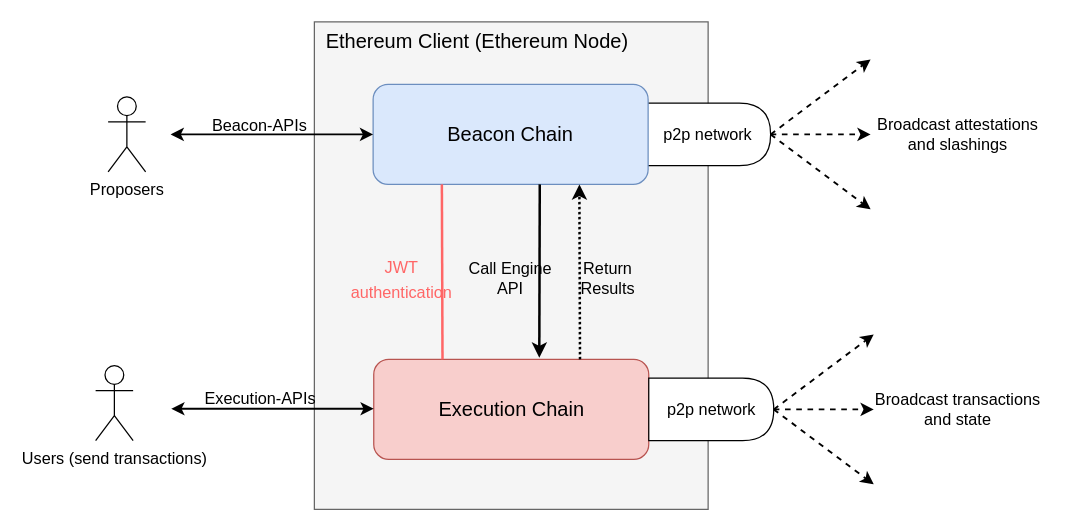
Before: ethereum-research/consensus/Engine API.drawio in 0xyicheng/a-research-diagram, a draw.io diagram. Source tidied: cells renumbered, new cells numbered last; positions are measured from the earlier drawing's top-left corner, leaving out a move shared by most shapes. Both pictures are drawn from the tidied source at 125%, with x=0, y=0 at pixel (95, 21).
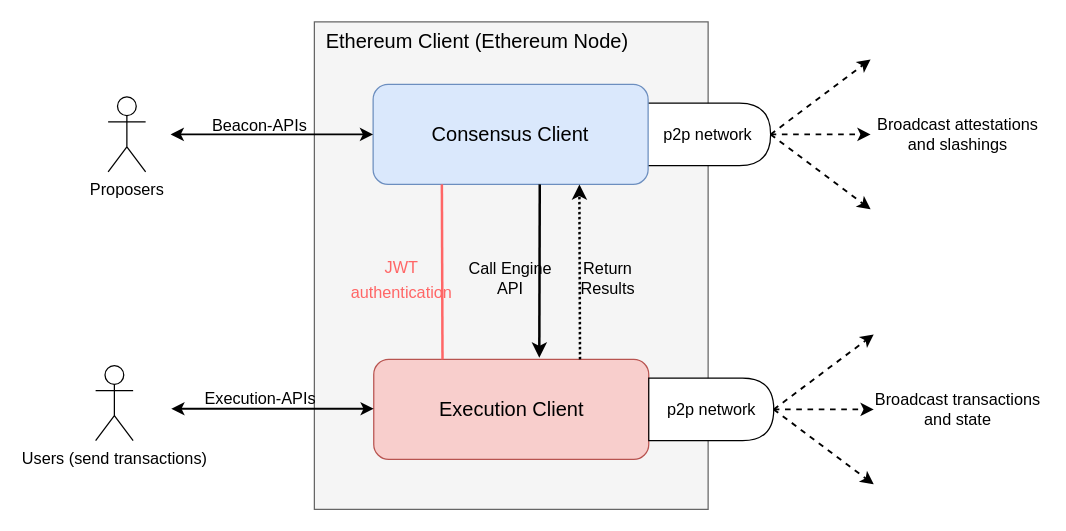
After the change.

What changed in the source:
```diff
@@
-    <mxCell id="4" value="&lt;font style=&quot;font-size: 16px;&quot;&gt;Beacon Chain&lt;/font&gt;" style="rounded=1;whiteSpace=wrap;html=1;fillColor=#dae8fc;strokeColor=#6c8ebf;" parent="1" vertex="1">
+    <mxCell id="4" value="&lt;font style=&quot;font-size: 16px&quot;&gt;Consensus Client&lt;/font&gt;" style="rounded=1;whiteSpace=wrap;html=1;fillColor=#dae8fc;strokeColor=#6c8ebf;" parent="1" vertex="1">
       <mxGeometry x="222" y="50" width="220" height="80" as="geometry" />
     </mxCell>
-    <mxCell id="5" value="&lt;font style=&quot;font-size: 16px;&quot;&gt;Execution Chain&lt;/font&gt;" style="rounded=1;whiteSpace=wrap;html=1;fillColor=#f8cecc;strokeColor=#b85450;" parent="1" vertex="1">
+    <mxCell id="5" value="&lt;font style=&quot;font-size: 16px&quot;&gt;Execution Client&lt;/font&gt;" style="rounded=1;whiteSpace=wrap;html=1;fillColor=#f8cecc;strokeColor=#b85450;" parent="1" vertex="1">
       <mxGeometry x="222.5" y="270" width="220" height="80" as="geometry" />
     </mxCell>
```
